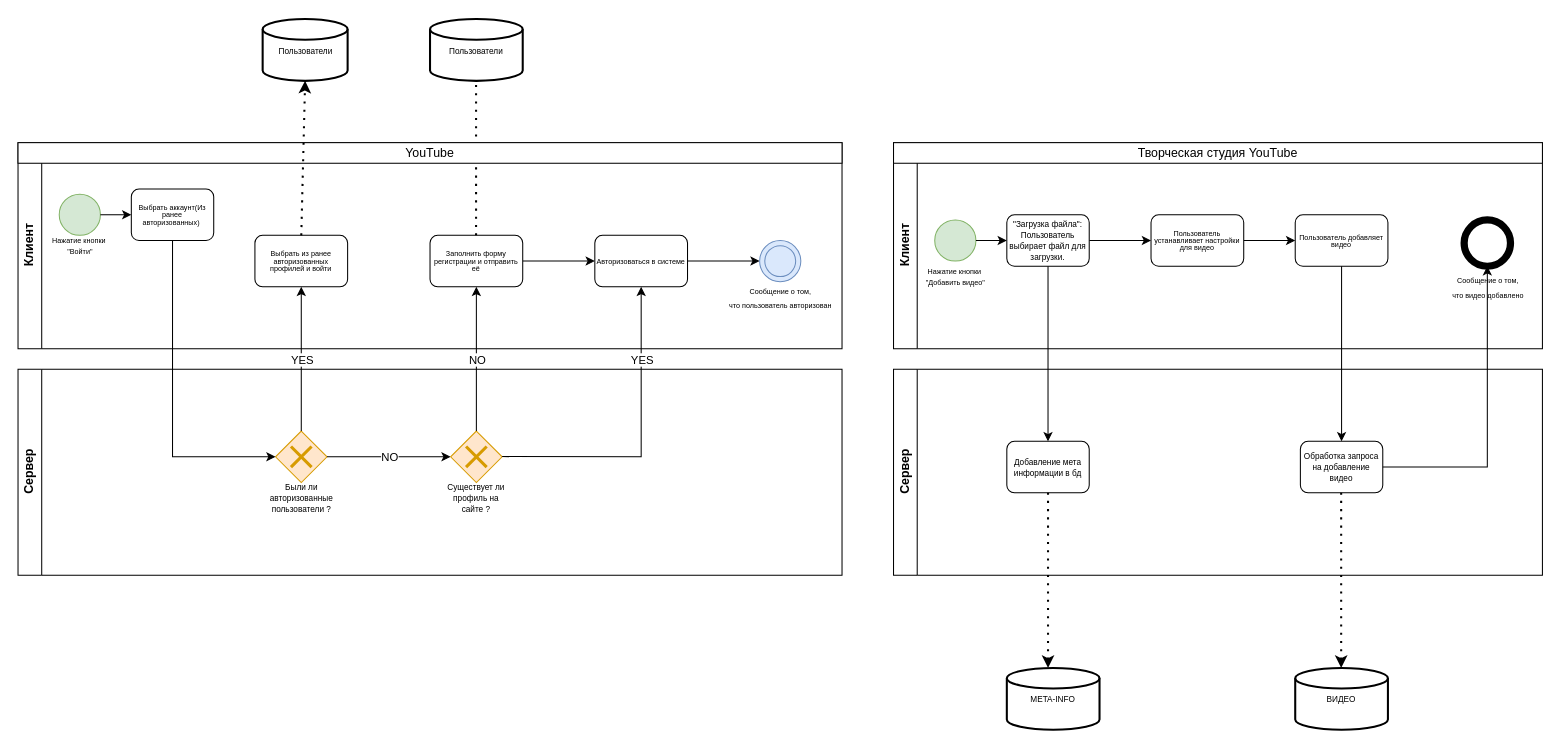
ShchA317/BLPS keeps this draw.io diagram as lab1/img/БЛПС!.drawio. Above is the earlier version. Source tidied: cells renumbered, new cells numbered last; positions are measured from the earlier drawing's top-left corner, leaving out a move shared by most shapes. Both pictures are drawn from the tidied source at 103%, with x=0, y=0 at pixel (18, 19).
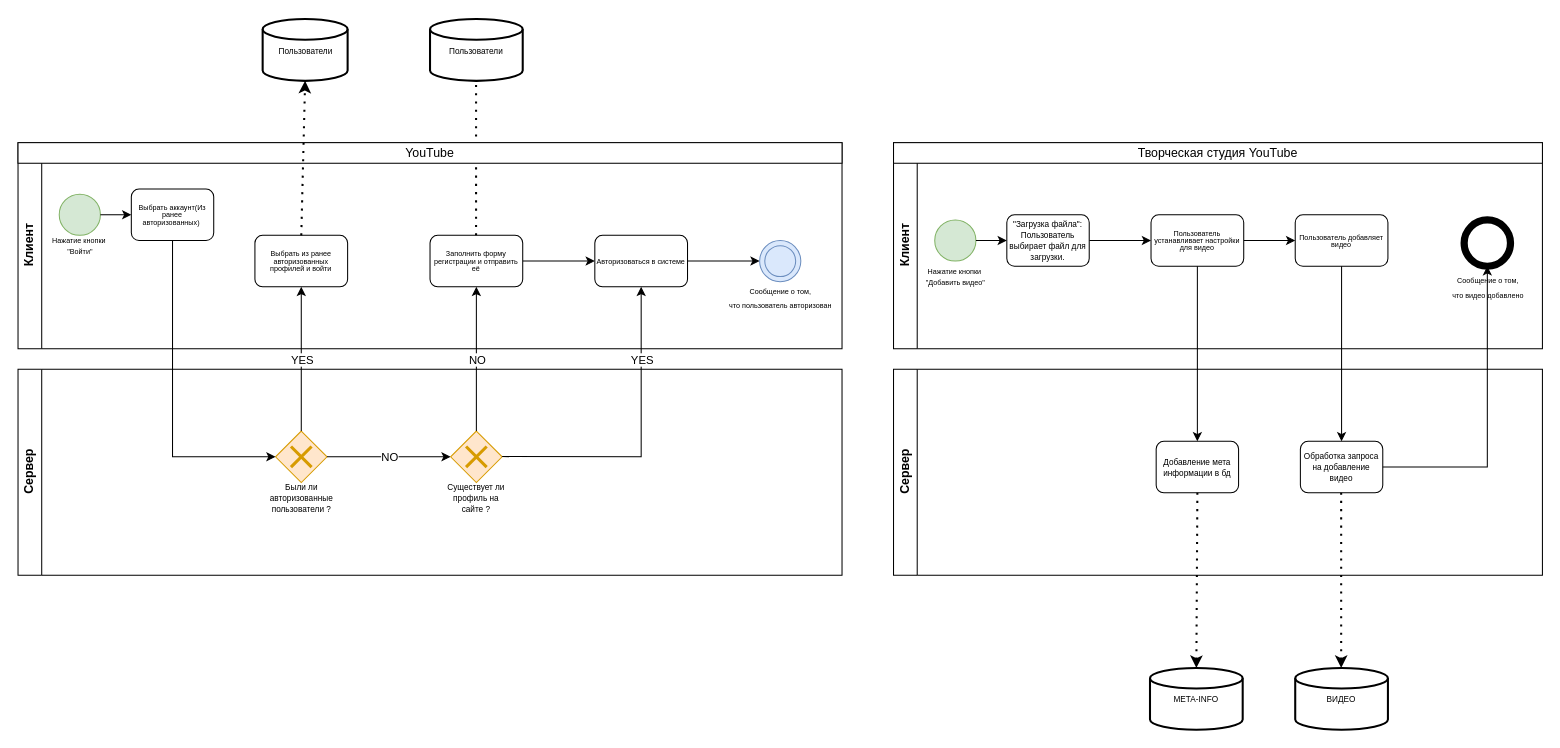
The same page after the edit.

Unchanged cells that the change refers to:
```xml
<mxCell id="40" value="&lt;p style=&quot;line-height: 80%;&quot;&gt;&lt;font style=&quot;font-size: 8px;&quot;&gt;&quot;Загрузка файла&quot;: Пользователь выбирает файл для загрузки.&lt;/font&gt;&lt;/p&gt;" style="rounded=1;whiteSpace=wrap;html=1;" parent="36" vertex="1">
  <mxGeometry x="110" y="70" width="80" height="50" as="geometry" />
</mxCell>
<mxCell id="43" value="&lt;p style=&quot;line-height: 40%;&quot;&gt;&lt;font style=&quot;font-size: 7px;&quot;&gt;Пользователь устанавливает настройки для видео&lt;/font&gt;&lt;/p&gt;" style="rounded=1;whiteSpace=wrap;html=1;" parent="36" vertex="1">
  <mxGeometry x="250" y="70" width="90" height="50" as="geometry" />
</mxCell>
<mxCell id="48" value="Сервер" style="swimlane;horizontal=0;whiteSpace=wrap;html=1;" parent="1" vertex="1">
  <mxGeometry x="850" y="340" width="630" height="200" as="geometry" />
</mxCell>
```

Change to the diagram source:
```diff
@@
     <mxCell id="49" value="&lt;p style=&quot;line-height: 80%;&quot;&gt;&lt;span style=&quot;font-size: 8px;&quot;&gt;Добавление мета информации в бд&lt;/span&gt;&lt;/p&gt;" style="rounded=1;whiteSpace=wrap;html=1;" parent="48" vertex="1">
-      <mxGeometry x="110" y="70" width="80" height="50" as="geometry" />
+      <mxGeometry x="255" y="70" width="80" height="50" as="geometry" />
     </mxCell>
@@
-    <mxCell id="51" style="edgeStyle=orthogonalEdgeStyle;rounded=0;jettySize=auto;html=1;exitX=0.5;exitY=1;exitDx=0;exitDy=0;entryX=0.5;entryY=0;entryDx=0;entryDy=0;" parent="1" edge="1" source="40" target="49">
-      <mxGeometry relative="1" as="geometry" />
-    </mxCell>
-    <mxCell id="52" style="endArrow=none;dashed=1;html=1;dashPattern=1 3;strokeWidth=2;rounded=0;exitX=0.5;exitY=0;exitDx=0;exitDy=0;startArrow=classic;startFill=1;endFill=0;entryX=0.5;entryY=1;entryDx=0;entryDy=0;entryPerimeter=0;" parent="1" edge="1">
-      <mxGeometry relative="1" as="geometry">
-        <mxPoint x="1000" y="630" as="sourcePoint" />
-        <mxPoint x="1000" y="460" as="targetPoint" />
-      </mxGeometry>
-    </mxCell>
     <mxCell id="53" value="&lt;font style=&quot;font-size: 8px;&quot;&gt;META-INFO&lt;/font&gt;" style="strokeWidth=2;html=1;shape=mxgraph.flowchart.database;whiteSpace=wrap;" parent="1" vertex="1">
-      <mxGeometry x="960" y="630" width="90" height="60" as="geometry" />
+      <mxGeometry x="1099" y="630" width="90" height="60" as="geometry" />
     </mxCell>
@@
+    <mxCell id="58" style="endArrow=classic;html=1;rounded=0;exitX=0.5;exitY=1;exitDx=0;exitDy=0;entryX=0.5;entryY=0;entryDx=0;entryDy=0;" parent="1" edge="1" source="43" target="49">
+      <mxGeometry relative="1" as="geometry" />
+    </mxCell>
+    <mxCell id="52" style="endArrow=none;dashed=1;html=1;dashPattern=1 3;strokeWidth=2;rounded=0;exitX=0.5;exitY=0;exitDx=0;exitDy=0;startArrow=classic;startFill=1;endFill=0;entryX=0.5;entryY=1;entryDx=0;entryDy=0;exitPerimeter=0;" parent="1" edge="1" source="53" target="49">
+      <mxGeometry relative="1" as="geometry" />
+    </mxCell>
```
